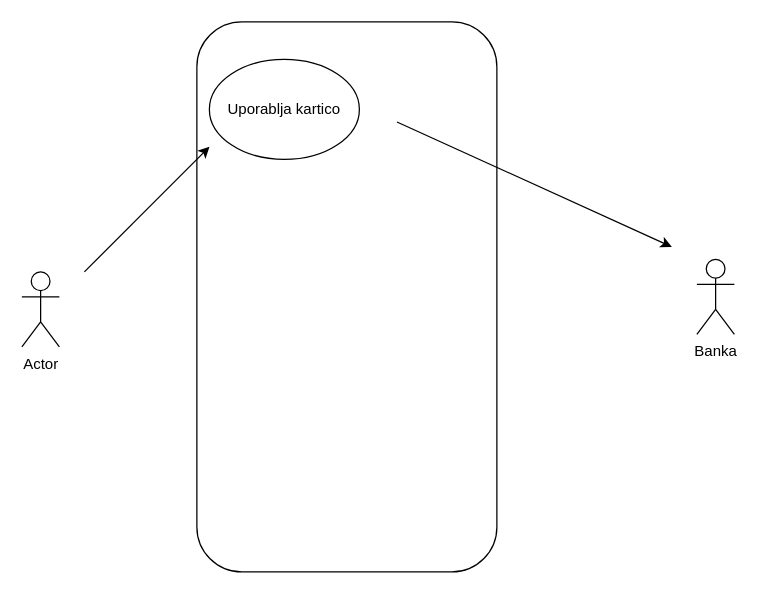
Before: Untitled Diagram.drawio in ErnestISv/Lovstvo, a draw.io diagram. Source tidied: cells renumbered, new cells numbered last; positions are measured from the earlier drawing's top-left corner, leaving out a move shared by most shapes. Both pictures are drawn from the tidied source at 125%, with x=0, y=0 at pixel (21, 59).
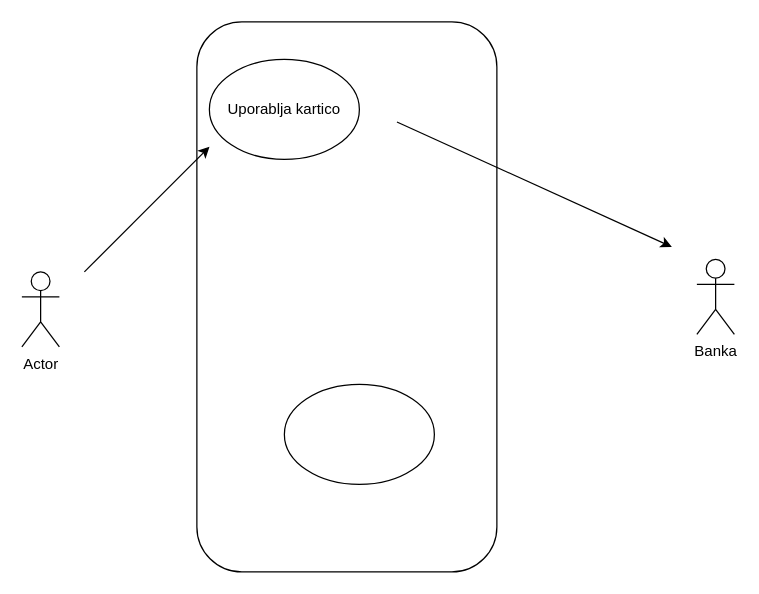
The same diagram, later.

The edit, as a diff of the source:
```diff
@@
 <mxGraphModel>
   <root>
     <mxCell id="0" />
     <mxCell id="1" parent="0" />
     <mxCell id="2" value="Actor" style="shape=umlActor;verticalLabelPosition=bottom;verticalAlign=top;html=1;" parent="1" vertex="1">
       <mxGeometry y="170" width="30" height="60" as="geometry" />
     </mxCell>
     <mxCell id="3" style="rounded=1;whiteSpace=wrap;html=1;rotation=-90;" parent="1" vertex="1">
       <mxGeometry x="40" y="70" width="440" height="240" as="geometry" />
     </mxCell>
     <mxCell id="4" value="Uporablja kartico" style="ellipse;whiteSpace=wrap;html=1;" parent="1" vertex="1">
       <mxGeometry x="150" width="120" height="80" as="geometry" />
     </mxCell>
     <mxCell id="5" value="Banka" style="shape=umlActor;verticalLabelPosition=bottom;verticalAlign=top;html=1;" parent="1" vertex="1">
       <mxGeometry x="540" y="160" width="30" height="60" as="geometry" />
     </mxCell>
     <mxCell id="6" style="endArrow=classic;html=1;rounded=0;entryX=0.773;entryY=0.042;entryDx=0;entryDy=0;entryPerimeter=0;" parent="1" edge="1" target="3">
       <mxGeometry relative="1" as="geometry">
         <mxPoint x="50" y="170" as="sourcePoint" />
       </mxGeometry>
     </mxCell>
     <mxCell id="7" style="endArrow=classic;html=1;rounded=0;entryX=0.773;entryY=0.042;entryDx=0;entryDy=0;entryPerimeter=0;exitX=0.818;exitY=0.667;exitDx=0;exitDy=0;exitPerimeter=0;" parent="1" edge="1" source="3">
       <mxGeometry relative="1" as="geometry">
         <mxPoint x="520" y="150" as="targetPoint" />
       </mxGeometry>
     </mxCell>
+    <mxCell id="8" style="ellipse;whiteSpace=wrap;html=1;" parent="1" vertex="1">
+      <mxGeometry x="210" y="260" width="120" height="80" as="geometry" />
+    </mxCell>
   </root>
 </mxGraphModel>
```
